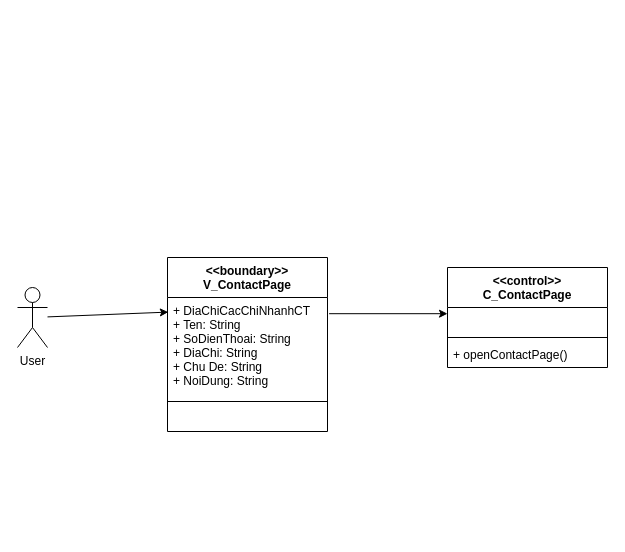
Above: Lop_tham_gia_Usecase/Duy's ClassUC/Untitled Diagram.drawio in hoangminh15/PTTKHT (draw.io), before the change. Source tidied: cells renumbered, new cells numbered last; positions are measured from the earlier drawing's top-left corner, leaving out a move shared by most shapes. Both pictures are drawn from the tidied source at 100%, with x=0, y=0 at pixel (17, 257).
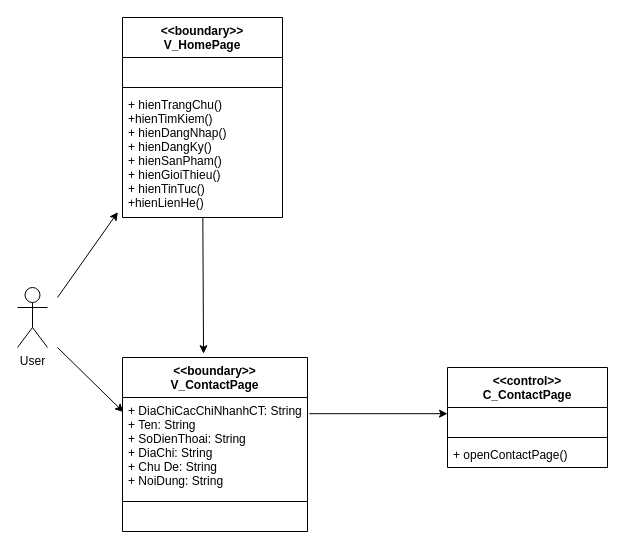
Above is the later version.

The change refers to these unchanged cells:
```xml
<mxCell id="2" value="User" style="shape=umlActor;verticalLabelPosition=bottom;verticalAlign=top;html=1;outlineConnect=0;" parent="1" vertex="1">
  <mxGeometry y="30" width="30" height="60" as="geometry" />
</mxCell>
```

The edit, as a diff of the source:
```diff
@@
     <mxCell id="3" value="&lt;&lt;boundary&gt;&gt;&#10;V_ContactPage" style="swimlane;fontStyle=1;align=center;verticalAlign=top;horizontal=1;startSize=40;" parent="1" vertex="1">
-      <mxGeometry x="150" width="160" height="174" as="geometry" />
+      <mxGeometry x="105" y="100" width="185" height="174" as="geometry" />
     </mxCell>
-    <mxCell id="4" value="+ DiaChiCacChiNhanhCT&#10;+ Ten: String&#10;+ SoDienThoai: String&#10;+ DiaChi: String&#10;+ Chu De: String&#10;+ NoiDung: String" style="text;strokeColor=none;fillColor=none;align=left;verticalAlign=top;spacingLeft=4;spacingRight=4;overflow=hidden;points=[[0,0.5],[1,0.5]];portConstraint=eastwest;" parent="3" vertex="1">
-      <mxGeometry y="40" width="160" height="100" as="geometry" />
+    <mxCell id="4" value="+ DiaChiCacChiNhanhCT: String&#10;+ Ten: String&#10;+ SoDienThoai: String&#10;+ DiaChi: String&#10;+ Chu De: String&#10;+ NoiDung: String" style="text;strokeColor=none;fillColor=none;align=left;verticalAlign=top;spacingLeft=4;spacingRight=4;overflow=hidden;points=[[0,0.5],[1,0.5]];portConstraint=eastwest;" parent="3" vertex="1">
+      <mxGeometry y="40" width="185" height="100" as="geometry" />
     </mxCell>
     <mxCell id="5" style="line;strokeWidth=1;fillColor=none;align=left;verticalAlign=middle;spacingTop=-1;spacingLeft=3;spacingRight=3;labelPosition=right;" parent="3" vertex="1">
-      <mxGeometry y="140" width="160" height="8" as="geometry" />
+      <mxGeometry y="140" width="185" height="8" as="geometry" />
     </mxCell>
-    <mxCell id="6" value=" " style="text;strokeColor=none;fillColor=none;align=left;verticalAlign=top;spacingLeft=4;spacingRight=4;overflow=hidden;" parent="3" vertex="1">
-      <mxGeometry y="148" width="160" height="26" as="geometry" />
+    <mxCell id="6" value="  " style="text;strokeColor=none;fillColor=none;align=left;verticalAlign=top;spacingLeft=4;spacingRight=4;overflow=hidden;" parent="3" vertex="1">
+      <mxGeometry y="148" width="185" height="26" as="geometry" />
     </mxCell>
     <mxCell id="7" value="&lt;&lt;control&gt;&gt;&#10;C_ContactPage" style="swimlane;fontStyle=1;align=center;verticalAlign=top;horizontal=1;startSize=40;" parent="1" vertex="1">
-      <mxGeometry x="430" y="10" width="160" height="100" as="geometry" />
+      <mxGeometry x="430" y="110" width="160" height="100" as="geometry" />
     </mxCell>
@@
-    <mxCell id="11" style="endArrow=classic;html=1;entryX=0.005;entryY=0.146;entryDx=0;entryDy=0;entryPerimeter=0;" parent="1" edge="1" source="2" target="4">
-      <mxGeometry relative="1" as="geometry" />
+    <mxCell id="11" style="endArrow=classic;html=1;entryX=0.005;entryY=0.146;entryDx=0;entryDy=0;entryPerimeter=0;" parent="1" edge="1" target="4">
+      <mxGeometry relative="1" as="geometry">
+        <mxPoint x="40" y="90" as="sourcePoint" />
+      </mxGeometry>
     </mxCell>
@@
+    <mxCell id="13" value="&lt;&lt;boundary&gt;&gt;&#10;V_HomePage" style="swimlane;fontStyle=1;align=center;verticalAlign=top;horizontal=1;startSize=40;" parent="1" vertex="1">
+      <mxGeometry x="105" y="-240" width="160" height="200" as="geometry" />
+    </mxCell>
+    <mxCell id="14" value="  " style="text;strokeColor=none;fillColor=none;align=left;verticalAlign=top;spacingLeft=4;spacingRight=4;overflow=hidden;" parent="13" vertex="1">
+      <mxGeometry y="40" width="160" height="26" as="geometry" />
+    </mxCell>
+    <mxCell id="15" style="line;strokeWidth=1;fillColor=none;align=left;verticalAlign=middle;spacingTop=-1;spacingLeft=3;spacingRight=3;labelPosition=right;" parent="13" vertex="1">
+      <mxGeometry y="66" width="160" height="8" as="geometry" />
+    </mxCell>
+    <mxCell id="16" value="+ hienTrangChu()&#10;+hienTimKiem()&#10;+ hienDangNhap()&#10;+ hienDangKy()&#10;+ hienSanPham()&#10;+ hienGioiThieu()&#10;+ hienTinTuc()&#10;+hienLienHe()" style="text;strokeColor=none;fillColor=none;align=left;verticalAlign=top;spacingLeft=4;spacingRight=4;overflow=hidden;points=[[0,0.5],[1,0.5]];portConstraint=eastwest;" parent="13" vertex="1">
+      <mxGeometry y="74" width="160" height="126" as="geometry" />
+    </mxCell>
+    <mxCell id="17" style="endArrow=classic;html=1;entryX=0.438;entryY=-0.022;entryDx=0;entryDy=0;entryPerimeter=0;" parent="1" edge="1" source="16" target="3">
+      <mxGeometry relative="1" as="geometry" />
+    </mxCell>
+    <mxCell id="18" style="endArrow=classic;html=1;entryX=-0.029;entryY=0.957;entryDx=0;entryDy=0;entryPerimeter=0;" parent="1" edge="1" target="16">
+      <mxGeometry relative="1" as="geometry">
+        <mxPoint x="40" y="40" as="sourcePoint" />
+      </mxGeometry>
+    </mxCell>
```
